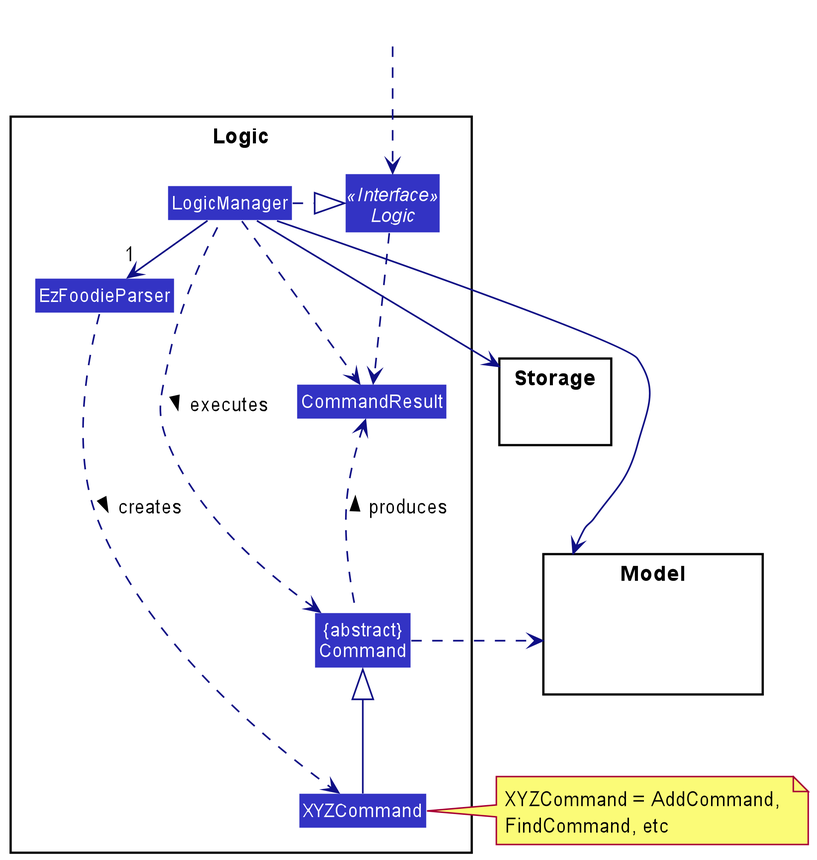
Earlier version of the PlantUML export docs/images/LogicClassDiagram.png (zzybluebell/tp). Its diagram source:
```plantuml
@startuml
!include style.puml
skinparam arrowThickness 1.1
skinparam arrowColor LOGIC_COLOR_T4
skinparam classBackgroundColor LOGIC_COLOR

package Logic {

Class EzFoodieParser
Class XYZCommand
Class CommandResult
Class "{abstract}\nCommand" as Command


Interface Logic <<Interface>>
Class LogicManager
}

package Model{
Class HiddenModel #FFFFFF
}

package Storage{
}

Class HiddenOutside #FFFFFF
HiddenOutside ..> Logic

LogicManager .right.|> Logic
LogicManager -right->"1" EzFoodieParser
EzFoodieParser ..> XYZCommand : creates >

XYZCommand -up-|> Command
LogicManager .left.> Command : executes >

LogicManager --> Model
LogicManager --> Storage
Storage --[hidden] Model
Command .[hidden]up.> Storage
Command .right.> Model
note right of XYZCommand: XYZCommand = AddCommand, \nFindCommand, etc

Logic ..> CommandResult
LogicManager .down.> CommandResult
Command .up.> CommandResult : produces >
@enduml
```
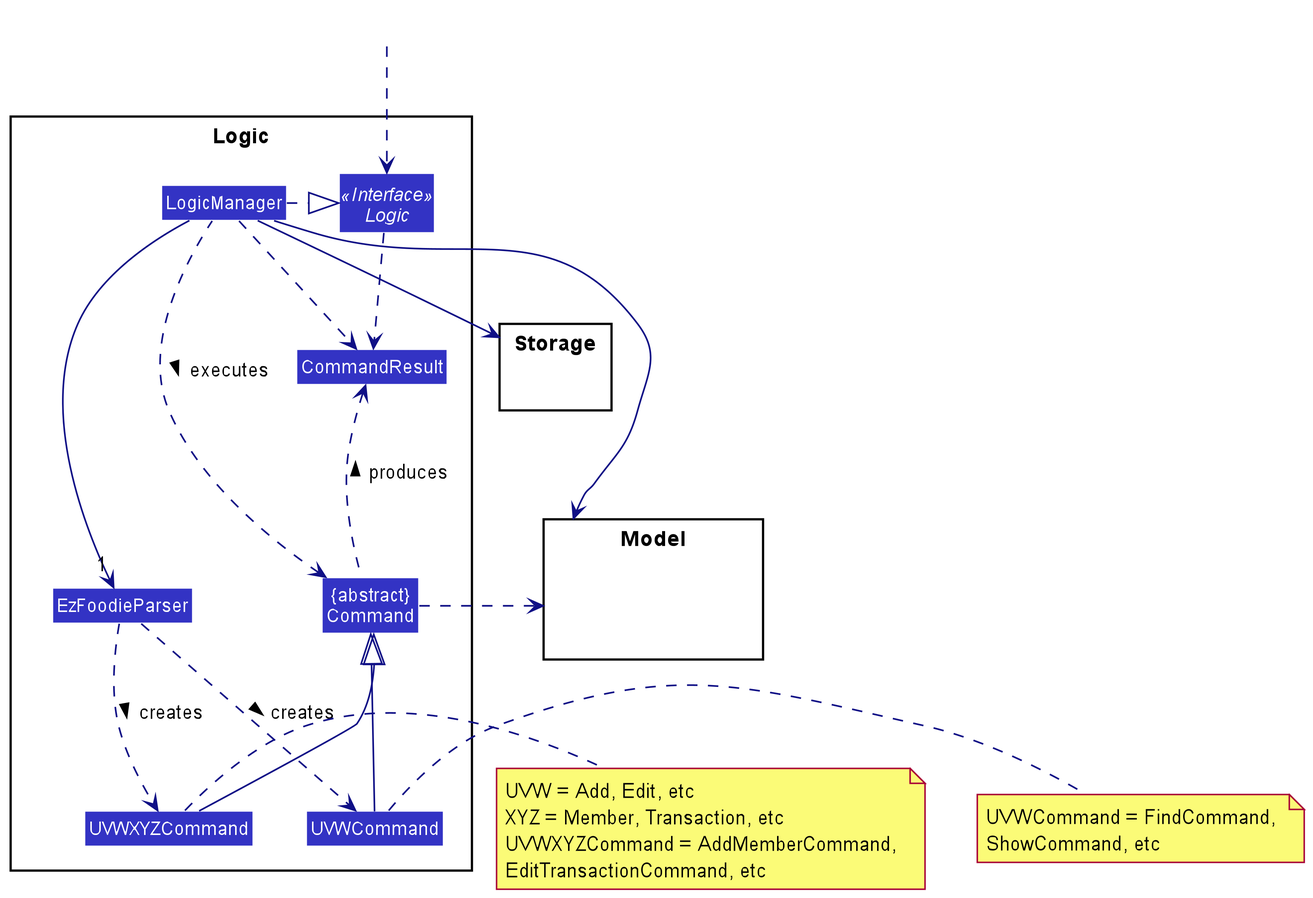
The same diagram one commit later.

The edit, as a diff of the source:
```diff
@@ -7,7 +7,8 @@
 package Logic {
 
 Class EzFoodieParser
-Class XYZCommand
+Class UVWXYZCommand
+Class UVWCommand
 Class CommandResult
 Class "{abstract}\nCommand" as Command
 
@@ -28,9 +29,11 @@
 
 LogicManager .right.|> Logic
 LogicManager -right->"1" EzFoodieParser
-EzFoodieParser ..> XYZCommand : creates >
+EzFoodieParser ..> UVWXYZCommand : creates >
+EzFoodieParser ..> UVWCommand : creates >
 
-XYZCommand -up-|> Command
+UVWXYZCommand -up-|> Command
+UVWCommand -up-|> Command
 LogicManager .left.> Command : executes >
 
 LogicManager --> Model
@@ -38,7 +41,8 @@
 Storage --[hidden] Model
 Command .[hidden]up.> Storage
 Command .right.> Model
-note right of XYZCommand: XYZCommand = AddCommand, \nFindCommand, etc
+note right of UVWXYZCommand: UVW = Add, Edit, etc \nXYZ = Member, Transaction, etc \nUVWXYZCommand = AddMemberCommand, \nEditTransactionCommand, etc
+note right of UVWCommand: UVWCommand = FindCommand, \nShowCommand, etc
 
 Logic ..> CommandResult
 LogicManager .down.> CommandResult
```
